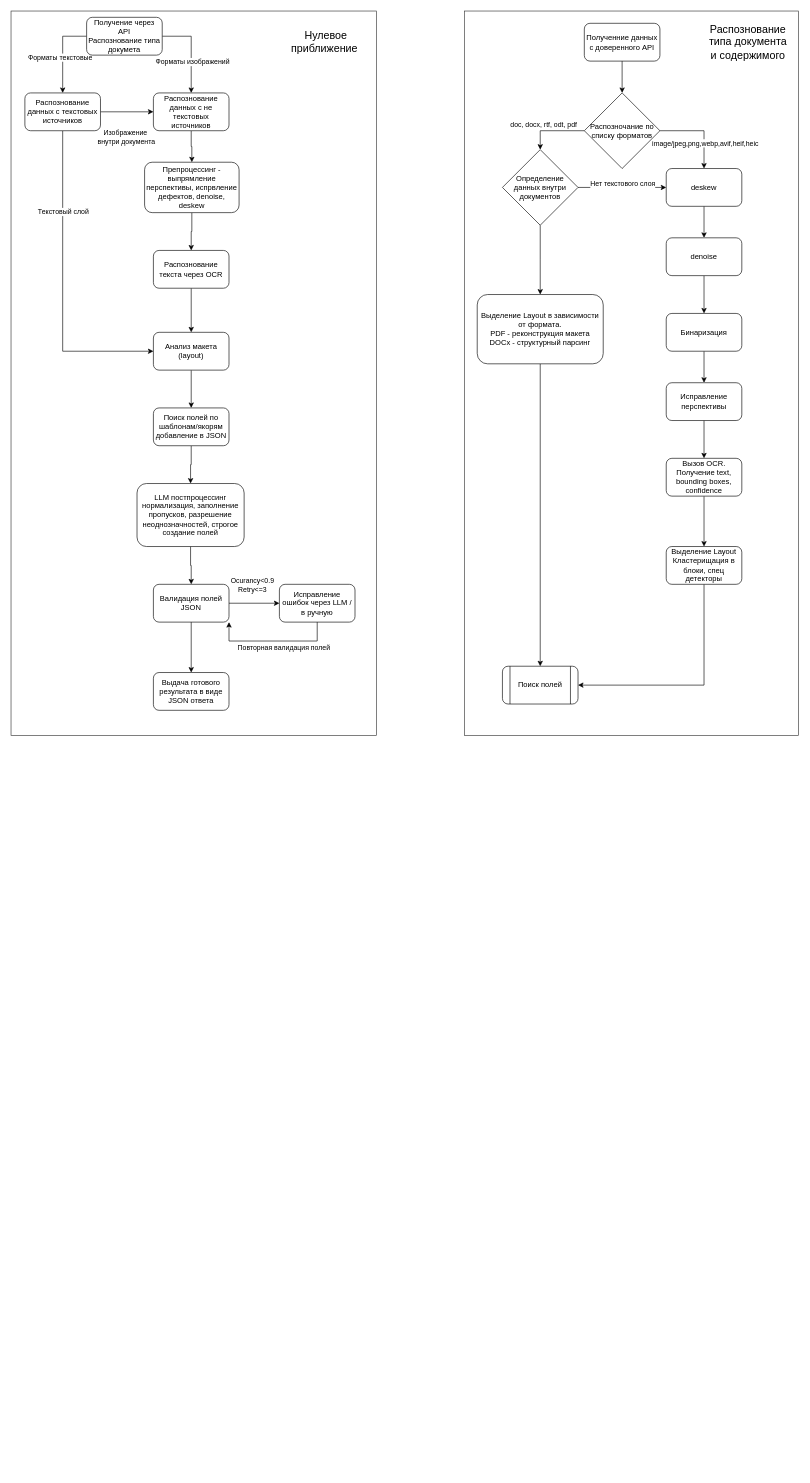
The draw.io diagram docs/Концептуальная диаграмма.drawio in LiveisFpv/LLM-OCR-API, before the edit. Source tidied: cells renumbered, new cells numbered last; positions are measured from the earlier drawing's top-left corner, leaving out a move shared by most shapes. Both pictures are drawn from the tidied source at 63%, with x=0, y=0 at pixel (11, 11).
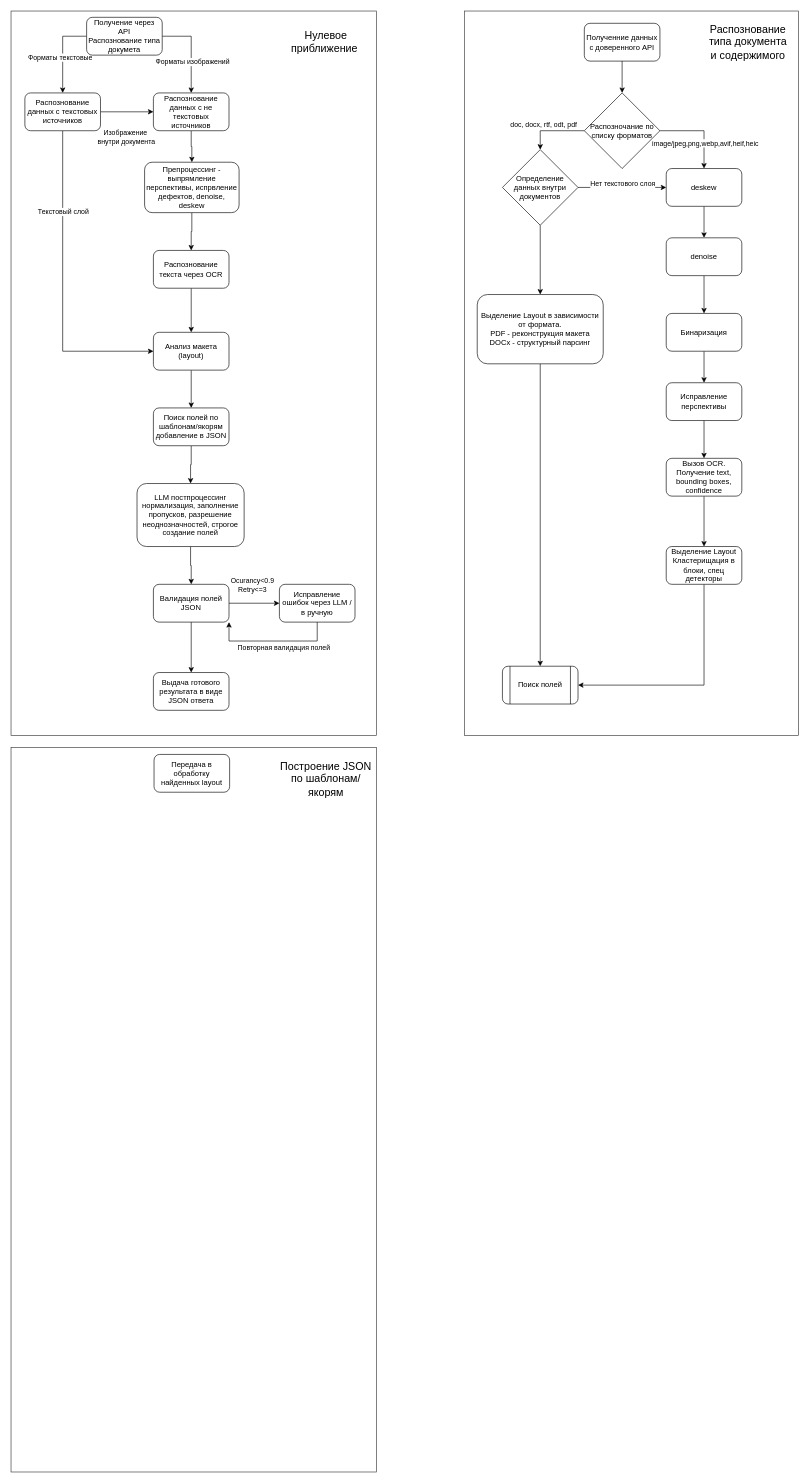
After the change.

What changed in the source:
```diff
@@
+    <mxCell id="63" style="rounded=0;whiteSpace=wrap;html=1;opacity=80;" parent="1" vertex="1">
+      <mxGeometry y="1169" width="580" height="1150" as="geometry" />
+    </mxCell>
+    <mxCell id="64" value="Передача в обработку найденных layout" style="rounded=1;whiteSpace=wrap;html=1;" parent="1" vertex="1">
+      <mxGeometry x="227" y="1180" width="120" height="60" as="geometry" />
+    </mxCell>
+    <mxCell id="65" value="&lt;span style=&quot;font-size: 17px;&quot;&gt;Построение JSON по шаблонам/якорям&lt;/span&gt;" style="text;html=1;align=center;verticalAlign=middle;whiteSpace=wrap;rounded=0;" parent="1" vertex="1">
+      <mxGeometry x="420" y="1170" width="160" height="99" as="geometry" />
+    </mxCell>
```
